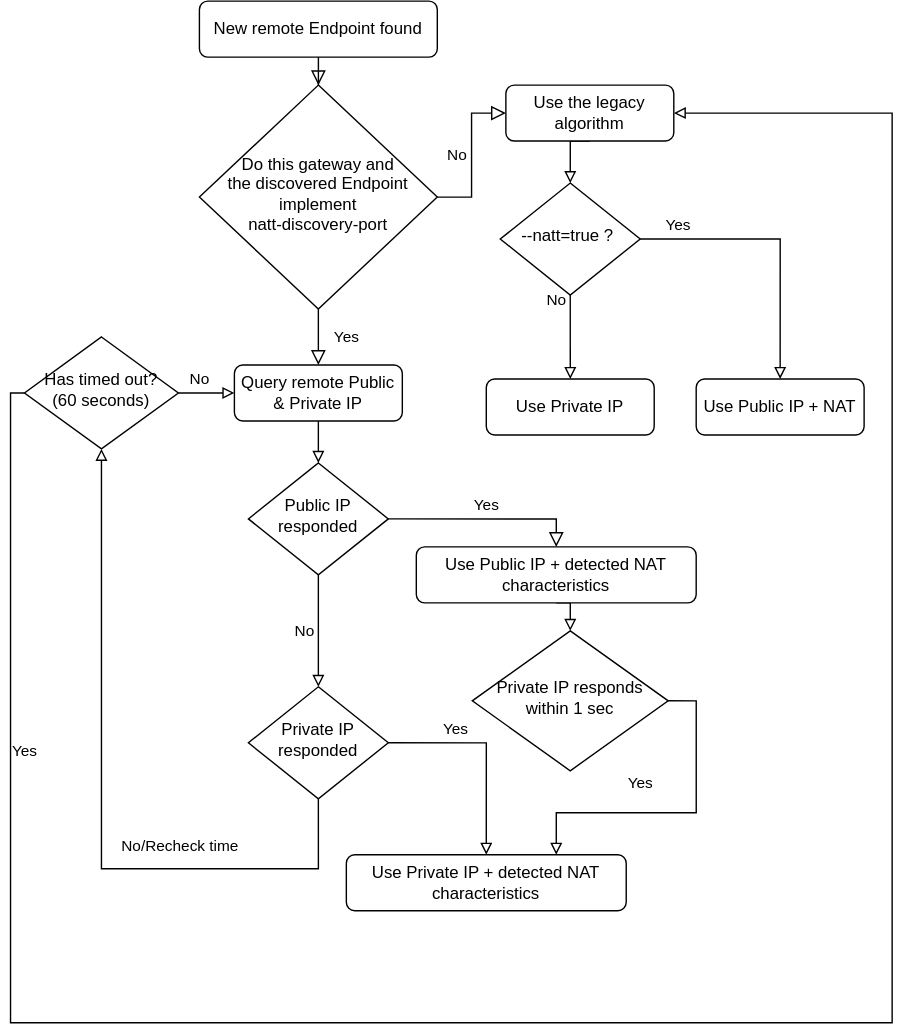
Before: src/static/images/natt/public_private_selection_algorithm.svg, a diagram exported from draw.io (submariner-io/submariner-website). Source tidied: cells renumbered, new cells last; positions are measured from the earlier drawing's top-left corner, leaving out a move shared by most shapes.
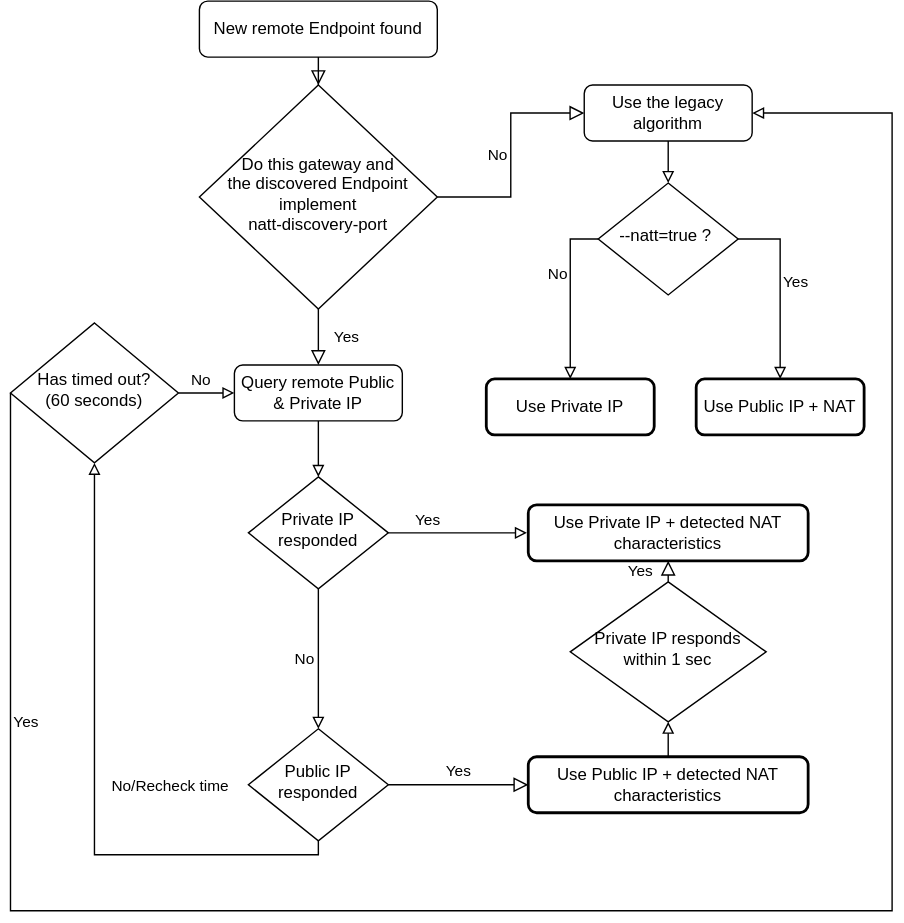
After the change.

Commit message:
Fix the NATT discovery diagram private IP selection

This clarifies that private IP has priority over public IP
for connectivity when the NATT discovery protocol is enabled.

Fixes-Issue: #556

Change to the diagram source:
```diff
@@ -23,13 +23,12 @@
       <mxGeometry relative="1" as="geometry" />
     </mxCell>
     <mxCell id="8" value="Use the legacy algorithm" style="rounded=1;whiteSpace=wrap;html=1;fontSize=12;glass=0;strokeWidth=1;shadow=0;" parent="1" vertex="1">
-      <mxGeometry x="354" y="60" width="120" height="40" as="geometry" />
+      <mxGeometry x="410" y="60" width="120" height="40" as="geometry" />
     </mxCell>
-    <mxCell id="9" style="edgeStyle=orthogonalEdgeStyle;rounded=0;jettySize=auto;html=1;exitX=0.5;exitY=1;exitDx=0;exitDy=0;entryX=0.5;entryY=0;entryDx=0;entryDy=0;endArrow=block;endFill=0;" parent="1" edge="1" source="13" target="15">
+    <mxCell id="9" style="edgeStyle=orthogonalEdgeStyle;rounded=0;jettySize=auto;html=1;exitX=0;exitY=0.5;exitDx=0;exitDy=0;entryX=0.5;entryY=0;entryDx=0;entryDy=0;endArrow=block;endFill=0;" parent="1" edge="1" source="13" target="15">
       <mxGeometry relative="1" as="geometry">
         <Array as="points">
-          <mxPoint x="400" y="270" />
-          <mxPoint x="400" y="270" />
+          <mxPoint x="400" y="170" />
         </Array>
       </mxGeometry>
     </mxCell>
@@ -43,40 +42,47 @@
     </mxCell>
     <mxCell id="12" value="Yes" style="edgeLabel;html=1;align=center;verticalAlign=middle;" parent="11" vertex="1">
       <mxGeometry x="-0.73" y="-1" relative="1" as="geometry">
-        <mxPoint y="-11" as="offset" />
+        <mxPoint x="22" y="29" as="offset" />
       </mxGeometry>
     </mxCell>
     <mxCell id="13" value="--natt=true ?&amp;nbsp;" style="rhombus;whiteSpace=wrap;html=1;shadow=0;fontFamily=Helvetica;fontSize=12;align=center;strokeWidth=1;spacing=6;spacingTop=-4;" parent="1" vertex="1">
-      <mxGeometry x="350" y="130" width="100" height="80" as="geometry" />
+      <mxGeometry x="420" y="130" width="100" height="80" as="geometry" />
     </mxCell>
-    <mxCell id="14" value="Use Public IP + NAT" style="rounded=1;whiteSpace=wrap;html=1;fontSize=12;glass=0;strokeWidth=1;shadow=0;" parent="1" vertex="1">
+    <mxCell id="14" value="Use Public IP + NAT" style="rounded=1;whiteSpace=wrap;html=1;fontSize=12;glass=0;strokeWidth=2;shadow=0;" parent="1" vertex="1">
       <mxGeometry x="490" y="270" width="120" height="40" as="geometry" />
     </mxCell>
-    <mxCell id="15" value="Use Private IP" style="rounded=1;whiteSpace=wrap;html=1;fontSize=12;glass=0;strokeWidth=1;shadow=0;" parent="1" vertex="1">
+    <mxCell id="15" value="Use Private IP" style="rounded=1;whiteSpace=wrap;html=1;fontSize=12;glass=0;strokeWidth=2;shadow=0;" parent="1" vertex="1">
       <mxGeometry x="340" y="270" width="120" height="40" as="geometry" />
     </mxCell>
-    <mxCell id="16" style="edgeStyle=orthogonalEdgeStyle;rounded=0;jettySize=auto;html=1;exitX=0.5;exitY=1;exitDx=0;exitDy=0;entryX=0.5;entryY=0;entryDx=0;entryDy=0;endArrow=block;endFill=0;" parent="1" edge="1" source="17" target="19">
-      <mxGeometry relative="1" as="geometry" />
+    <mxCell id="16" style="edgeStyle=orthogonalEdgeStyle;rounded=0;jettySize=auto;html=1;exitX=0.5;exitY=1;exitDx=0;exitDy=0;endArrow=block;endFill=0;" parent="1" edge="1" source="17">
+      <mxGeometry relative="1" as="geometry">
+        <mxPoint x="220" y="340" as="targetPoint" />
+      </mxGeometry>
     </mxCell>
     <mxCell id="17" value="Query remote Public &amp;amp; Private IP" style="rounded=1;whiteSpace=wrap;html=1;fontSize=12;glass=0;strokeWidth=1;shadow=0;" parent="1" vertex="1">
       <mxGeometry x="160" y="260" width="120" height="40" as="geometry" />
     </mxCell>
-    <mxCell id="18" value="No" style="edgeStyle=orthogonalEdgeStyle;rounded=0;jettySize=auto;html=1;exitX=0.5;exitY=1;exitDx=0;exitDy=0;endArrow=block;endFill=0;" parent="1" edge="1" source="19" target="27">
+    <mxCell id="18" value="No" style="edgeStyle=orthogonalEdgeStyle;rounded=0;jettySize=auto;html=1;exitX=0.5;exitY=1;exitDx=0;exitDy=0;endArrow=block;endFill=0;entryX=0.5;entryY=0;entryDx=0;entryDy=0;" parent="1" edge="1" source="27" target="19">
       <mxGeometry y="-10" relative="1" as="geometry" />
     </mxCell>
     <mxCell id="19" value="Public IP responded" style="rhombus;whiteSpace=wrap;html=1;shadow=0;fontFamily=Helvetica;fontSize=12;align=center;strokeWidth=1;spacing=6;spacingTop=-4;" parent="1" vertex="1">
-      <mxGeometry x="170" y="330" width="100" height="80" as="geometry" />
+      <mxGeometry x="170" y="520" width="100" height="80" as="geometry" />
     </mxCell>
-    <mxCell id="20" value="Yes" style="edgeStyle=orthogonalEdgeStyle;rounded=0;html=1;jettySize=auto;fontSize=11;endArrow=block;endFill=0;endSize=8;strokeWidth=1;shadow=0;labelBackgroundColor=none;exitX=1;exitY=0.5;exitDx=0;exitDy=0;entryX=0.5;entryY=0;entryDx=0;entryDy=0;" parent="1" edge="1" source="19" target="22">
+    <mxCell id="20" value="Yes" style="edgeStyle=orthogonalEdgeStyle;rounded=0;html=1;jettySize=auto;fontSize=11;endArrow=block;endFill=0;endSize=8;strokeWidth=1;shadow=0;labelBackgroundColor=none;exitX=1;exitY=0.5;exitDx=0;exitDy=0;entryX=0;entryY=0.5;entryDx=0;entryDy=0;" parent="1" edge="1" source="19" target="22">
       <mxGeometry y="10" relative="1" as="geometry" />
     </mxCell>
-    <mxCell id="21" style="edgeStyle=orthogonalEdgeStyle;rounded=0;jettySize=auto;html=1;exitX=0.5;exitY=1;exitDx=0;exitDy=0;entryX=0.5;entryY=0;entryDx=0;entryDy=0;endArrow=block;endFill=0;" parent="1" edge="1" source="22" target="31">
-      <mxGeometry relative="1" as="geometry" />
+    <mxCell id="21" style="edgeStyle=orthogonalEdgeStyle;rounded=0;jettySize=auto;html=1;entryX=0.5;entryY=1;entryDx=0;entryDy=0;endArrow=block;endFill=0;exitX=0.5;exitY=0;exitDx=0;exitDy=0;" parent="1" edge="1" source="22" target="31">
+      <mxGeometry relative="1" as="geometry">
+        <Array as="points">
+          <mxPoint x="470" y="530" />
+          <mxPoint x="470" y="530" />
+        </Array>
+      </mxGeometry>
     </mxCell>
-    <mxCell id="22" value="Use Public IP + detected NAT characteristics" style="rounded=1;whiteSpace=wrap;html=1;fontSize=12;glass=0;strokeWidth=1;shadow=0;" parent="1" vertex="1">
-      <mxGeometry x="290" y="390" width="200" height="40" as="geometry" />
+    <mxCell id="22" value="Use Public IP + detected NAT characteristics" style="rounded=1;whiteSpace=wrap;html=1;fontSize=12;glass=0;strokeWidth=2;shadow=0;" parent="1" vertex="1">
+      <mxGeometry x="370" y="540" width="200" height="40" as="geometry" />
     </mxCell>
-    <mxCell id="23" style="edgeStyle=orthogonalEdgeStyle;rounded=0;jettySize=auto;html=1;exitX=1;exitY=0.5;exitDx=0;exitDy=0;entryX=0.5;entryY=0;entryDx=0;entryDy=0;endArrow=block;endFill=0;" parent="1" edge="1" source="27" target="28">
+    <mxCell id="23" style="edgeStyle=orthogonalEdgeStyle;rounded=0;jettySize=auto;html=1;exitX=1;exitY=0.5;exitDx=0;exitDy=0;endArrow=block;endFill=0;" parent="1" edge="1" source="27" target="28">
       <mxGeometry relative="1" as="geometry" />
     </mxCell>
     <mxCell id="24" value="Yes&lt;br&gt;" style="edgeLabel;html=1;align=center;verticalAlign=middle;" parent="23" vertex="1">
@@ -84,35 +90,27 @@
         <mxPoint x="-16" y="-12" as="offset" />
       </mxGeometry>
     </mxCell>
-    <mxCell id="25" style="edgeStyle=orthogonalEdgeStyle;rounded=0;jettySize=auto;html=1;exitX=0.5;exitY=1;exitDx=0;exitDy=0;entryX=0.5;entryY=1;entryDx=0;entryDy=0;endArrow=block;endFill=0;" parent="1" edge="1" source="27" target="36">
+    <mxCell id="25" style="edgeStyle=orthogonalEdgeStyle;rounded=0;jettySize=auto;html=1;entryX=0.5;entryY=1;entryDx=0;entryDy=0;endArrow=block;endFill=0;exitX=0.5;exitY=1;exitDx=0;exitDy=0;" parent="1" edge="1" source="19" target="36">
       <mxGeometry relative="1" as="geometry">
         <Array as="points">
-          <mxPoint x="220" y="620" />
-          <mxPoint x="65" y="620" />
+          <mxPoint x="220" y="610" />
+          <mxPoint x="60" y="610" />
         </Array>
       </mxGeometry>
     </mxCell>
     <mxCell id="26" value="No/Recheck time" style="edgeLabel;html=1;align=center;verticalAlign=middle;" parent="25" vertex="1">
       <mxGeometry x="-0.41" y="-3" relative="1" as="geometry">
-        <mxPoint y="-13" as="offset" />
+        <mxPoint x="16" y="-47" as="offset" />
       </mxGeometry>
     </mxCell>
     <mxCell id="27" value="Private IP responded" style="rhombus;whiteSpace=wrap;html=1;shadow=0;fontFamily=Helvetica;fontSize=12;align=center;strokeWidth=1;spacing=6;spacingTop=-4;" parent="1" vertex="1">
-      <mxGeometry x="170" y="490" width="100" height="80" as="geometry" />
+      <mxGeometry x="170" y="340" width="100" height="80" as="geometry" />
     </mxCell>
-    <mxCell id="28" value="Use Private IP + detected NAT characteristics" style="rounded=1;whiteSpace=wrap;html=1;fontSize=12;glass=0;strokeWidth=1;shadow=0;" parent="1" vertex="1">
-      <mxGeometry x="240" y="610" width="200" height="40" as="geometry" />
+    <mxCell id="28" value="Use Private IP + detected NAT characteristics" style="rounded=1;whiteSpace=wrap;html=1;fontSize=12;glass=0;strokeWidth=2;shadow=0;perimeterSpacing=1;" parent="1" vertex="1">
+      <mxGeometry x="370" y="360" width="200" height="40" as="geometry" />
     </mxCell>
-    <mxCell id="29" style="edgeStyle=orthogonalEdgeStyle;rounded=0;jettySize=auto;html=1;exitX=1;exitY=0.5;exitDx=0;exitDy=0;entryX=0.75;entryY=0;entryDx=0;entryDy=0;endArrow=block;endFill=0;" parent="1" edge="1" source="31" target="28">
-      <mxGeometry relative="1" as="geometry" />
-    </mxCell>
-    <mxCell id="30" value="Yes" style="edgeLabel;html=1;align=center;verticalAlign=middle;" parent="29" vertex="1">
-      <mxGeometry x="-0.32" y="1" relative="1" as="geometry">
-        <mxPoint x="-41" as="offset" />
-      </mxGeometry>
-    </mxCell>
     <mxCell id="31" value="Private IP responds within 1 sec" style="rhombus;whiteSpace=wrap;html=1;shadow=0;fontFamily=Helvetica;fontSize=12;align=center;strokeWidth=1;spacing=6;spacingTop=-4;" parent="1" vertex="1">
-      <mxGeometry x="330" y="450" width="140" height="100" as="geometry" />
+      <mxGeometry x="400" y="415" width="140" height="100" as="geometry" />
     </mxCell>
     <mxCell id="32" style="edgeStyle=orthogonalEdgeStyle;rounded=0;jettySize=auto;html=1;exitX=1;exitY=0.5;exitDx=0;exitDy=0;entryX=0;entryY=0.5;entryDx=0;entryDy=0;endArrow=block;endFill=0;" parent="1" edge="1" source="36" target="17">
       <mxGeometry relative="1" as="geometry" />
@@ -125,9 +123,8 @@
     <mxCell id="34" style="edgeStyle=orthogonalEdgeStyle;rounded=0;jettySize=auto;html=1;exitX=0;exitY=0.5;exitDx=0;exitDy=0;entryX=1;entryY=0.5;entryDx=0;entryDy=0;endArrow=block;endFill=0;" parent="1" edge="1" source="36" target="8">
       <mxGeometry relative="1" as="geometry">
         <Array as="points">
-          <mxPoint y="280" />
-          <mxPoint y="730" />
-          <mxPoint x="630" y="730" />
+          <mxPoint y="650" />
+          <mxPoint x="630" y="650" />
           <mxPoint x="630" y="80" />
         </Array>
       </mxGeometry>
@@ -138,7 +135,12 @@
       </mxGeometry>
     </mxCell>
     <mxCell id="36" value="Has timed out?&lt;br&gt;(60 seconds)" style="rhombus;whiteSpace=wrap;html=1;shadow=0;fontFamily=Helvetica;fontSize=12;align=center;strokeWidth=1;spacing=6;spacingTop=-4;" parent="1" vertex="1">
-      <mxGeometry x="10" y="240" width="110" height="80" as="geometry" />
+      <mxGeometry y="230" width="120" height="100" as="geometry" />
     </mxCell>
+    <mxCell id="30" value="Yes" style="rounded=0;html=1;jettySize=auto;fontSize=11;endArrow=block;endFill=0;endSize=8;strokeWidth=1;shadow=0;labelBackgroundColor=none;edgeStyle=orthogonalEdgeStyle;exitX=0.5;exitY=0;exitDx=0;exitDy=0;" parent="1" edge="1" source="31">
+      <mxGeometry y="20" relative="1" as="geometry">
+        <mxPoint x="470" y="400" as="targetPoint" />
+      </mxGeometry>
+    </mxCell>
   </root>
 </mxGraphModel>
```
